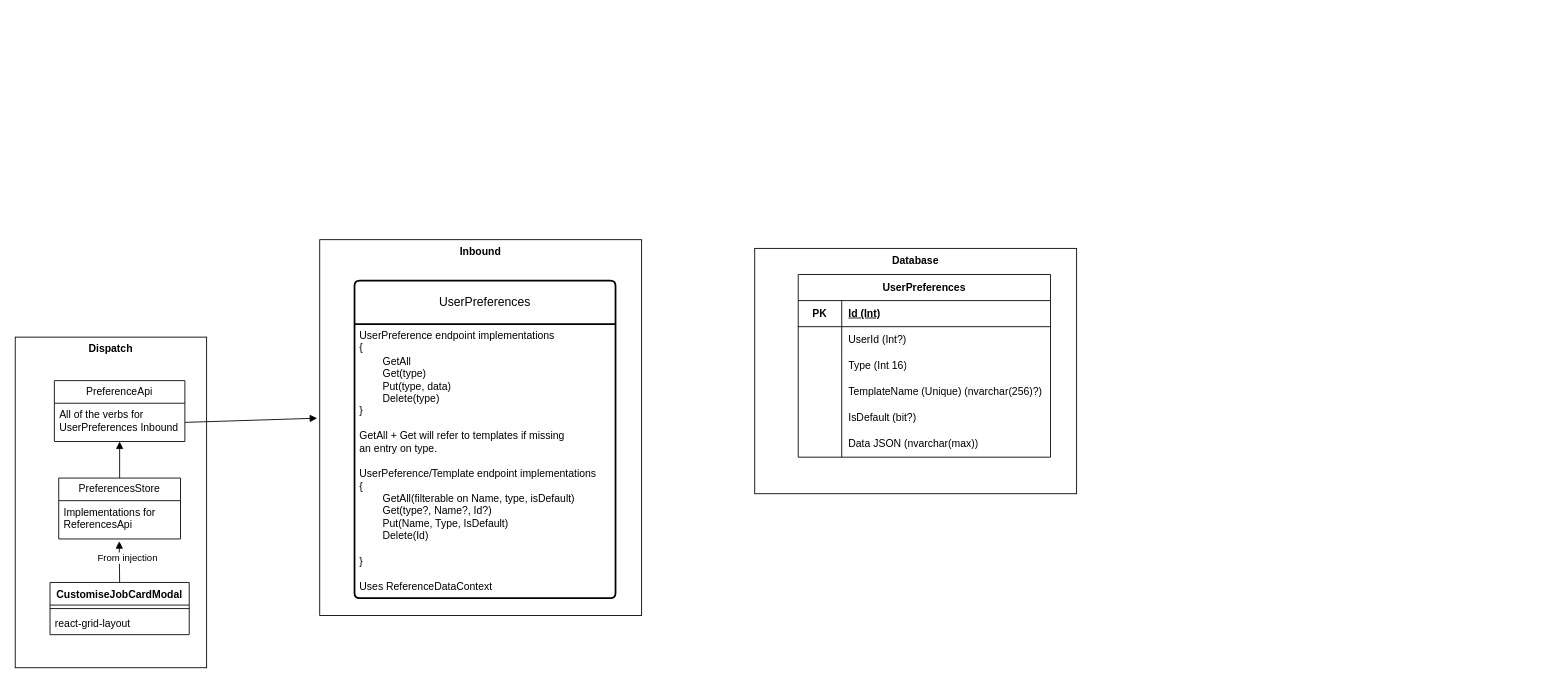
Above: CustomJobCard.drawio in gbates-e2open/drawioFiles (draw.io), before the change. Source tidied: cells renumbered, new cells numbered last; positions are measured from the earlier drawing's top-left corner, leaving out a move shared by most shapes. Both pictures are drawn from the tidied source at 87%, with x=0, y=0 at pixel (15, 239).
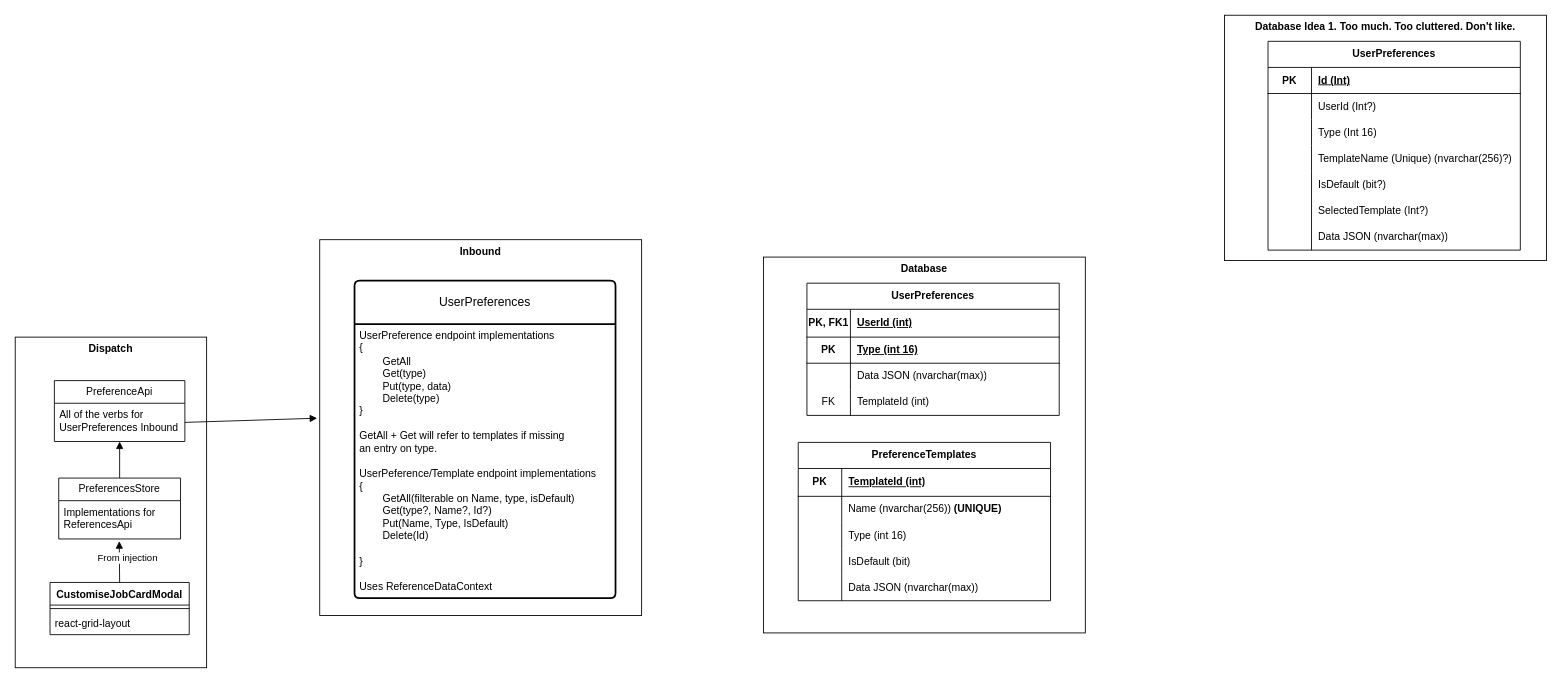
The same page after the edit.

Change to the diagram source:
```diff
@@
-    <mxCell id="2" value="&lt;b&gt;Database&lt;/b&gt;" style="html=1;whiteSpace=wrap;verticalAlign=top;" parent="1" vertex="1">
-      <mxGeometry x="850" y="10" width="370" height="282" as="geometry" />
-    </mxCell>
-    <mxCell id="3" value="UserPreferences" style="shape=table;startSize=30;childLayout=tableLayout;rowLines=0;fontStyle=1;align=center;html=1;whiteSpace=wrap;" parent="1" vertex="1">
-      <mxGeometry x="900" y="40" width="290" height="210" as="geometry" />
-    </mxCell>
-    <mxCell id="4" style="shape=tableRow;horizontal=0;startSize=0;swimlaneHead=0;swimlaneBody=0;fillColor=none;top=0;left=0;right=0;bottom=1;html=1;" parent="3" vertex="1">
-      <mxGeometry y="30" width="290" height="30" as="geometry" />
-    </mxCell>
-    <mxCell id="5" value="PK" style="shape=partialRectangle;fillColor=none;top=0;left=0;bottom=0;right=0;fontStyle=1;overflow=hidden;html=1;whiteSpace=wrap;" parent="4" vertex="1">
-      <mxGeometry width="50" height="30" as="geometry" />
-    </mxCell>
-    <mxCell id="6" value="Id (Int)" style="shape=partialRectangle;fillColor=none;top=0;left=0;bottom=0;right=0;align=left;spacingLeft=6;fontStyle=5;overflow=hidden;html=1;whiteSpace=wrap;" parent="4" vertex="1">
-      <mxGeometry x="50" width="240" height="30" as="geometry" />
-    </mxCell>
-    <mxCell id="7" style="shape=tableRow;horizontal=0;startSize=0;swimlaneHead=0;swimlaneBody=0;fillColor=none;top=0;left=0;right=0;bottom=0;html=1;" parent="3" vertex="1">
-      <mxGeometry y="60" width="290" height="30" as="geometry" />
-    </mxCell>
-    <mxCell id="8" style="shape=partialRectangle;fillColor=none;top=0;left=0;bottom=0;right=0;overflow=hidden;html=1;whiteSpace=wrap;" parent="7" vertex="1">
-      <mxGeometry width="50" height="30" as="geometry" />
-    </mxCell>
-    <mxCell id="9" value="&lt;span style=&quot;color: rgb(0, 0, 0); font-family: Helvetica; font-size: 12px; font-style: normal; font-variant-ligatures: normal; font-variant-caps: normal; font-weight: 400; letter-spacing: normal; orphans: 2; text-align: left; text-indent: 0px; text-transform: none; widows: 2; word-spacing: 0px; -webkit-text-stroke-width: 0px; white-space: normal; background-color: rgb(251, 251, 251); text-decoration-thickness: initial; text-decoration-style: initial; text-decoration-color: initial; display: inline !important; float: none;&quot;&gt;UserId (Int?)&lt;/span&gt;" style="shape=partialRectangle;fillColor=none;top=0;left=0;bottom=0;right=0;align=left;spacingLeft=6;overflow=hidden;html=1;whiteSpace=wrap;" parent="7" vertex="1">
-      <mxGeometry x="50" width="240" height="30" as="geometry" />
-    </mxCell>
-    <mxCell id="10" style="shape=tableRow;horizontal=0;startSize=0;swimlaneHead=0;swimlaneBody=0;fillColor=none;top=0;left=0;right=0;bottom=0;html=1;" parent="3" vertex="1">
-      <mxGeometry y="90" width="290" height="30" as="geometry" />
-    </mxCell>
-    <mxCell id="11" style="shape=partialRectangle;fillColor=none;top=0;left=0;bottom=0;right=0;overflow=hidden;html=1;whiteSpace=wrap;" parent="10" vertex="1">
-      <mxGeometry width="50" height="30" as="geometry" />
-    </mxCell>
-    <mxCell id="12" value="Type (Int 16)" style="shape=partialRectangle;fillColor=none;top=0;left=0;bottom=0;right=0;align=left;spacingLeft=6;overflow=hidden;html=1;whiteSpace=wrap;" parent="10" vertex="1">
-      <mxGeometry x="50" width="240" height="30" as="geometry" />
-    </mxCell>
-    <mxCell id="13" style="shape=tableRow;horizontal=0;startSize=0;swimlaneHead=0;swimlaneBody=0;fillColor=none;top=0;left=0;right=0;bottom=0;html=1;" parent="3" vertex="1">
-      <mxGeometry y="120" width="290" height="30" as="geometry" />
-    </mxCell>
-    <mxCell id="14" style="shape=partialRectangle;fillColor=none;top=0;left=0;bottom=0;right=0;overflow=hidden;html=1;whiteSpace=wrap;" parent="13" vertex="1">
-      <mxGeometry width="50" height="30" as="geometry" />
-    </mxCell>
-    <mxCell id="15" value="TemplateName (Unique) (nvarchar(256)?)" style="shape=partialRectangle;fillColor=none;top=0;left=0;bottom=0;right=0;align=left;spacingLeft=6;overflow=hidden;html=1;whiteSpace=wrap;" parent="13" vertex="1">
-      <mxGeometry x="50" width="240" height="30" as="geometry" />
-    </mxCell>
-    <mxCell id="16" style="shape=tableRow;horizontal=0;startSize=0;swimlaneHead=0;swimlaneBody=0;fillColor=none;top=0;left=0;right=0;bottom=0;html=1;" parent="3" vertex="1">
-      <mxGeometry y="150" width="290" height="30" as="geometry" />
-    </mxCell>
-    <mxCell id="17" style="shape=partialRectangle;fillColor=none;top=0;left=0;bottom=0;right=0;overflow=hidden;html=1;whiteSpace=wrap;" parent="16" vertex="1">
-      <mxGeometry width="50" height="30" as="geometry" />
-    </mxCell>
-    <mxCell id="18" value="IsDefault (bit?)" style="shape=partialRectangle;fillColor=none;top=0;left=0;bottom=0;right=0;align=left;spacingLeft=6;overflow=hidden;html=1;whiteSpace=wrap;" parent="16" vertex="1">
-      <mxGeometry x="50" width="240" height="30" as="geometry" />
-    </mxCell>
-    <mxCell id="19" style="shape=tableRow;horizontal=0;startSize=0;swimlaneHead=0;swimlaneBody=0;fillColor=none;top=0;left=0;right=0;bottom=0;html=1;" parent="3" vertex="1">
-      <mxGeometry y="180" width="290" height="30" as="geometry" />
-    </mxCell>
-    <mxCell id="20" style="shape=partialRectangle;fillColor=none;top=0;left=0;bottom=0;right=0;overflow=hidden;html=1;whiteSpace=wrap;" parent="19" vertex="1">
-      <mxGeometry width="50" height="30" as="geometry" />
-    </mxCell>
-    <mxCell id="21" value="Data JSON (nvarchar(max))" style="shape=partialRectangle;fillColor=none;top=0;left=0;bottom=0;right=0;align=left;spacingLeft=6;overflow=hidden;html=1;whiteSpace=wrap;" parent="19" vertex="1">
-      <mxGeometry x="50" width="240" height="30" as="geometry" />
-    </mxCell>
@@
+    <mxCell id="36" value="&lt;b&gt;Database Idea 1. Too much. Too cluttered. Don't like.&lt;/b&gt;" style="html=1;whiteSpace=wrap;verticalAlign=top;" parent="1" vertex="1">
+      <mxGeometry x="1390" y="-258" width="370" height="282" as="geometry" />
+    </mxCell>
+    <mxCell id="37" value="UserPreferences" style="shape=table;startSize=30;childLayout=tableLayout;rowLines=0;fontStyle=1;align=center;html=1;whiteSpace=wrap;" parent="1" vertex="1">
+      <mxGeometry x="1440" y="-228" width="290" height="240" as="geometry" />
+    </mxCell>
+    <mxCell id="4" style="shape=tableRow;horizontal=0;startSize=0;swimlaneHead=0;swimlaneBody=0;fillColor=none;top=0;left=0;right=0;bottom=1;html=1;" parent="37" vertex="1">
+      <mxGeometry y="30" width="290" height="30" as="geometry" />
+    </mxCell>
+    <mxCell id="38" value="PK" style="shape=partialRectangle;fillColor=none;top=0;left=0;bottom=0;right=0;fontStyle=1;overflow=hidden;html=1;whiteSpace=wrap;" parent="4" vertex="1">
+      <mxGeometry width="50" height="30" as="geometry" />
+    </mxCell>
+    <mxCell id="6" value="Id (Int)" style="shape=partialRectangle;fillColor=none;top=0;left=0;bottom=0;right=0;align=left;spacingLeft=6;fontStyle=5;overflow=hidden;html=1;whiteSpace=wrap;" parent="4" vertex="1">
+      <mxGeometry x="50" width="240" height="30" as="geometry" />
+    </mxCell>
+    <mxCell id="7" style="shape=tableRow;horizontal=0;startSize=0;swimlaneHead=0;swimlaneBody=0;fillColor=none;top=0;left=0;right=0;bottom=0;html=1;" parent="37" vertex="1">
+      <mxGeometry y="60" width="290" height="30" as="geometry" />
+    </mxCell>
+    <mxCell id="39" style="shape=partialRectangle;fillColor=none;top=0;left=0;bottom=0;right=0;overflow=hidden;html=1;whiteSpace=wrap;" parent="7" vertex="1">
+      <mxGeometry width="50" height="30" as="geometry" />
+    </mxCell>
+    <mxCell id="9" value="&lt;span style=&quot;color: rgb(0, 0, 0); font-family: Helvetica; font-size: 12px; font-style: normal; font-variant-ligatures: normal; font-variant-caps: normal; font-weight: 400; letter-spacing: normal; orphans: 2; text-align: left; text-indent: 0px; text-transform: none; widows: 2; word-spacing: 0px; -webkit-text-stroke-width: 0px; white-space: normal; background-color: rgb(251, 251, 251); text-decoration-thickness: initial; text-decoration-style: initial; text-decoration-color: initial; display: inline !important; float: none;&quot;&gt;UserId (Int?)&lt;/span&gt;" style="shape=partialRectangle;fillColor=none;top=0;left=0;bottom=0;right=0;align=left;spacingLeft=6;overflow=hidden;html=1;whiteSpace=wrap;" parent="7" vertex="1">
+      <mxGeometry x="50" width="240" height="30" as="geometry" />
+    </mxCell>
+    <mxCell id="10" style="shape=tableRow;horizontal=0;startSize=0;swimlaneHead=0;swimlaneBody=0;fillColor=none;top=0;left=0;right=0;bottom=0;html=1;" parent="37" vertex="1">
+      <mxGeometry y="90" width="290" height="30" as="geometry" />
+    </mxCell>
+    <mxCell id="40" style="shape=partialRectangle;fillColor=none;top=0;left=0;bottom=0;right=0;overflow=hidden;html=1;whiteSpace=wrap;" parent="10" vertex="1">
+      <mxGeometry width="50" height="30" as="geometry" />
+    </mxCell>
+    <mxCell id="12" value="Type (Int 16)" style="shape=partialRectangle;fillColor=none;top=0;left=0;bottom=0;right=0;align=left;spacingLeft=6;overflow=hidden;html=1;whiteSpace=wrap;" parent="10" vertex="1">
+      <mxGeometry x="50" width="240" height="30" as="geometry" />
+    </mxCell>
+    <mxCell id="13" style="shape=tableRow;horizontal=0;startSize=0;swimlaneHead=0;swimlaneBody=0;fillColor=none;top=0;left=0;right=0;bottom=0;html=1;" parent="37" vertex="1">
+      <mxGeometry y="120" width="290" height="30" as="geometry" />
+    </mxCell>
+    <mxCell id="41" style="shape=partialRectangle;fillColor=none;top=0;left=0;bottom=0;right=0;overflow=hidden;html=1;whiteSpace=wrap;" parent="13" vertex="1">
+      <mxGeometry width="50" height="30" as="geometry" />
+    </mxCell>
+    <mxCell id="15" value="TemplateName (Unique) (nvarchar(256)?)" style="shape=partialRectangle;fillColor=none;top=0;left=0;bottom=0;right=0;align=left;spacingLeft=6;overflow=hidden;html=1;whiteSpace=wrap;" parent="13" vertex="1">
+      <mxGeometry x="50" width="240" height="30" as="geometry" />
+    </mxCell>
+    <mxCell id="16" style="shape=tableRow;horizontal=0;startSize=0;swimlaneHead=0;swimlaneBody=0;fillColor=none;top=0;left=0;right=0;bottom=0;html=1;" parent="37" vertex="1">
+      <mxGeometry y="150" width="290" height="30" as="geometry" />
+    </mxCell>
+    <mxCell id="42" style="shape=partialRectangle;fillColor=none;top=0;left=0;bottom=0;right=0;overflow=hidden;html=1;whiteSpace=wrap;" parent="16" vertex="1">
+      <mxGeometry width="50" height="30" as="geometry" />
+    </mxCell>
+    <mxCell id="18" value="IsDefault (bit?)" style="shape=partialRectangle;fillColor=none;top=0;left=0;bottom=0;right=0;align=left;spacingLeft=6;overflow=hidden;html=1;whiteSpace=wrap;" parent="16" vertex="1">
+      <mxGeometry x="50" width="240" height="30" as="geometry" />
+    </mxCell>
+    <mxCell id="19" style="shape=tableRow;horizontal=0;startSize=0;swimlaneHead=0;swimlaneBody=0;fillColor=none;top=0;left=0;right=0;bottom=0;html=1;" parent="37" vertex="1">
+      <mxGeometry y="180" width="290" height="30" as="geometry" />
+    </mxCell>
+    <mxCell id="43" style="shape=partialRectangle;fillColor=none;top=0;left=0;bottom=0;right=0;overflow=hidden;html=1;whiteSpace=wrap;" parent="19" vertex="1">
+      <mxGeometry width="50" height="30" as="geometry" />
+    </mxCell>
+    <mxCell id="44" value="SelectedTemplate (Int?)" style="shape=partialRectangle;fillColor=none;top=0;left=0;bottom=0;right=0;align=left;spacingLeft=6;overflow=hidden;html=1;whiteSpace=wrap;" parent="19" vertex="1">
+      <mxGeometry x="50" width="240" height="30" as="geometry" />
+    </mxCell>
+    <mxCell id="45" style="shape=tableRow;horizontal=0;startSize=0;swimlaneHead=0;swimlaneBody=0;fillColor=none;top=0;left=0;right=0;bottom=0;html=1;" parent="37" vertex="1">
+      <mxGeometry y="210" width="290" height="30" as="geometry" />
+    </mxCell>
+    <mxCell id="46" style="shape=partialRectangle;fillColor=none;top=0;left=0;bottom=0;right=0;overflow=hidden;html=1;whiteSpace=wrap;" parent="45" vertex="1">
+      <mxGeometry width="50" height="30" as="geometry" />
+    </mxCell>
+    <mxCell id="47" value="Data JSON (nvarchar(max))" style="shape=partialRectangle;fillColor=none;top=0;left=0;bottom=0;right=0;align=left;spacingLeft=6;overflow=hidden;html=1;whiteSpace=wrap;" parent="45" vertex="1">
+      <mxGeometry x="50" width="240" height="30" as="geometry" />
+    </mxCell>
+    <mxCell id="2" value="&lt;b&gt;Database&lt;/b&gt;" style="html=1;whiteSpace=wrap;verticalAlign=top;" parent="1" vertex="1">
+      <mxGeometry x="860" y="20" width="370" height="432" as="geometry" />
+    </mxCell>
+    <mxCell id="48" value="UserPreferences" style="shape=table;startSize=30;childLayout=tableLayout;rowLines=0;fontStyle=1;align=center;html=1;whiteSpace=wrap;" parent="1" vertex="1">
+      <mxGeometry x="910" y="50" width="290" height="152" as="geometry" />
+    </mxCell>
+    <mxCell id="49" style="shape=tableRow;horizontal=0;startSize=0;swimlaneHead=0;swimlaneBody=0;fillColor=none;top=0;left=0;right=0;bottom=1;html=1;" parent="48" vertex="1">
+      <mxGeometry y="30" width="290" height="32" as="geometry" />
+    </mxCell>
+    <mxCell id="50" value="PK, FK1" style="shape=partialRectangle;fillColor=none;top=0;left=0;bottom=0;right=0;fontStyle=1;overflow=hidden;html=1;whiteSpace=wrap;" parent="49" vertex="1">
+      <mxGeometry width="50" height="32" as="geometry" />
+    </mxCell>
+    <mxCell id="51" value="UserId (int)" style="shape=partialRectangle;fillColor=none;top=0;left=0;bottom=0;right=0;align=left;spacingLeft=6;fontStyle=5;overflow=hidden;html=1;whiteSpace=wrap;" parent="49" vertex="1">
+      <mxGeometry x="50" width="240" height="32" as="geometry" />
+    </mxCell>
+    <mxCell id="52" style="shape=tableRow;horizontal=0;startSize=0;swimlaneHead=0;swimlaneBody=0;fillColor=none;top=0;left=0;right=0;bottom=1;html=1;" parent="48" vertex="1">
+      <mxGeometry y="62" width="290" height="30" as="geometry" />
+    </mxCell>
+    <mxCell id="53" value="PK" style="shape=partialRectangle;fillColor=none;top=0;left=0;bottom=0;right=0;fontStyle=1;overflow=hidden;html=1;whiteSpace=wrap;" parent="52" vertex="1">
+      <mxGeometry width="50" height="30" as="geometry" />
+    </mxCell>
+    <mxCell id="54" value="Type (int 16)" style="shape=partialRectangle;fillColor=none;top=0;left=0;bottom=0;right=0;align=left;spacingLeft=6;fontStyle=5;overflow=hidden;html=1;whiteSpace=wrap;" parent="52" vertex="1">
+      <mxGeometry x="50" width="240" height="30" as="geometry" />
+    </mxCell>
+    <mxCell id="55" style="shape=tableRow;horizontal=0;startSize=0;swimlaneHead=0;swimlaneBody=0;fillColor=none;top=0;left=0;right=0;bottom=0;html=1;" parent="48" vertex="1">
+      <mxGeometry y="92" width="290" height="30" as="geometry" />
+    </mxCell>
+    <mxCell id="56" style="shape=partialRectangle;fillColor=none;top=0;left=0;bottom=0;right=0;overflow=hidden;html=1;whiteSpace=wrap;" parent="55" vertex="1">
+      <mxGeometry width="50" height="30" as="geometry" />
+    </mxCell>
+    <mxCell id="57" value="Data JSON (nvarchar(max))" style="shape=partialRectangle;fillColor=none;top=0;left=0;bottom=0;right=0;align=left;spacingLeft=6;overflow=hidden;html=1;whiteSpace=wrap;" parent="55" vertex="1">
+      <mxGeometry x="50" width="240" height="30" as="geometry" />
+    </mxCell>
+    <mxCell id="58" style="shape=tableRow;horizontal=0;startSize=0;swimlaneHead=0;swimlaneBody=0;fillColor=none;top=0;left=0;right=0;bottom=0;html=1;" parent="48" vertex="1">
+      <mxGeometry y="122" width="290" height="30" as="geometry" />
+    </mxCell>
+    <mxCell id="59" value="FK" style="shape=partialRectangle;fillColor=none;top=0;left=0;bottom=0;right=0;overflow=hidden;html=1;whiteSpace=wrap;" parent="58" vertex="1">
+      <mxGeometry width="50" height="30" as="geometry" />
+    </mxCell>
+    <mxCell id="60" value="TemplateId (int)" style="shape=partialRectangle;fillColor=none;top=0;left=0;bottom=0;right=0;align=left;spacingLeft=6;overflow=hidden;html=1;whiteSpace=wrap;" parent="58" vertex="1">
+      <mxGeometry x="50" width="240" height="30" as="geometry" />
+    </mxCell>
+    <mxCell id="61" value="PreferenceTemplates" style="shape=table;startSize=30;childLayout=tableLayout;rowLines=0;fontStyle=1;align=center;html=1;whiteSpace=wrap;" parent="1" vertex="1">
+      <mxGeometry x="900" y="233" width="290" height="182" as="geometry" />
+    </mxCell>
+    <mxCell id="62" style="shape=tableRow;horizontal=0;startSize=0;swimlaneHead=0;swimlaneBody=0;fillColor=none;top=0;left=0;right=0;bottom=1;html=1;" parent="61" vertex="1">
+      <mxGeometry y="30" width="290" height="32" as="geometry" />
+    </mxCell>
+    <mxCell id="63" value="PK" style="shape=partialRectangle;fillColor=none;top=0;left=0;bottom=0;right=0;fontStyle=1;overflow=hidden;html=1;whiteSpace=wrap;" parent="62" vertex="1">
+      <mxGeometry width="50" height="32" as="geometry" />
+    </mxCell>
+    <mxCell id="64" value="TemplateId (int)" style="shape=partialRectangle;fillColor=none;top=0;left=0;bottom=0;right=0;align=left;spacingLeft=6;fontStyle=5;overflow=hidden;html=1;whiteSpace=wrap;" parent="62" vertex="1">
+      <mxGeometry x="50" width="240" height="32" as="geometry" />
+    </mxCell>
+    <mxCell id="65" style="shape=tableRow;horizontal=0;startSize=0;swimlaneHead=0;swimlaneBody=0;fillColor=none;top=0;left=0;right=0;bottom=0;html=1;" parent="61" vertex="1">
+      <mxGeometry y="62" width="290" height="30" as="geometry" />
+    </mxCell>
+    <mxCell id="66" style="shape=partialRectangle;fillColor=none;top=0;left=0;bottom=0;right=0;overflow=hidden;html=1;whiteSpace=wrap;" parent="65" vertex="1">
+      <mxGeometry width="50" height="30" as="geometry" />
+    </mxCell>
+    <mxCell id="67" value="Name (nvarchar(256)) &lt;b&gt;(UNIQUE)&lt;/b&gt;" style="shape=partialRectangle;fillColor=none;top=0;left=0;bottom=0;right=0;align=left;spacingLeft=6;overflow=hidden;html=1;whiteSpace=wrap;" parent="65" vertex="1">
+      <mxGeometry x="50" width="240" height="30" as="geometry" />
+    </mxCell>
+    <mxCell id="68" style="shape=tableRow;horizontal=0;startSize=0;swimlaneHead=0;swimlaneBody=0;fillColor=none;top=0;left=0;right=0;bottom=0;html=1;" parent="61" vertex="1">
+      <mxGeometry y="92" width="290" height="30" as="geometry" />
+    </mxCell>
+    <mxCell id="69" style="shape=partialRectangle;fillColor=none;top=0;left=0;bottom=0;right=0;overflow=hidden;html=1;whiteSpace=wrap;" parent="68" vertex="1">
+      <mxGeometry width="50" height="30" as="geometry" />
+    </mxCell>
+    <mxCell id="70" value="Type (int 16)" style="shape=partialRectangle;fillColor=none;top=0;left=0;bottom=0;right=0;align=left;spacingLeft=6;overflow=hidden;html=1;whiteSpace=wrap;" parent="68" vertex="1">
+      <mxGeometry x="50" width="240" height="30" as="geometry" />
+    </mxCell>
+    <mxCell id="71" style="shape=tableRow;horizontal=0;startSize=0;swimlaneHead=0;swimlaneBody=0;fillColor=none;top=0;left=0;right=0;bottom=0;html=1;" parent="61" vertex="1">
+      <mxGeometry y="122" width="290" height="30" as="geometry" />
+    </mxCell>
+    <mxCell id="72" style="shape=partialRectangle;fillColor=none;top=0;left=0;bottom=0;right=0;overflow=hidden;html=1;whiteSpace=wrap;" parent="71" vertex="1">
+      <mxGeometry width="50" height="30" as="geometry" />
+    </mxCell>
+    <mxCell id="73" value="IsDefault (bit)" style="shape=partialRectangle;fillColor=none;top=0;left=0;bottom=0;right=0;align=left;spacingLeft=6;overflow=hidden;html=1;whiteSpace=wrap;" parent="71" vertex="1">
+      <mxGeometry x="50" width="240" height="30" as="geometry" />
+    </mxCell>
+    <mxCell id="74" style="shape=tableRow;horizontal=0;startSize=0;swimlaneHead=0;swimlaneBody=0;fillColor=none;top=0;left=0;right=0;bottom=0;html=1;" parent="61" vertex="1">
+      <mxGeometry y="152" width="290" height="30" as="geometry" />
+    </mxCell>
+    <mxCell id="75" style="shape=partialRectangle;fillColor=none;top=0;left=0;bottom=0;right=0;overflow=hidden;html=1;whiteSpace=wrap;" parent="74" vertex="1">
+      <mxGeometry width="50" height="30" as="geometry" />
+    </mxCell>
+    <mxCell id="76" value="Data JSON (nvarchar(max))" style="shape=partialRectangle;fillColor=none;top=0;left=0;bottom=0;right=0;align=left;spacingLeft=6;overflow=hidden;html=1;whiteSpace=wrap;" parent="74" vertex="1">
+      <mxGeometry x="50" width="240" height="30" as="geometry" />
+    </mxCell>
```
